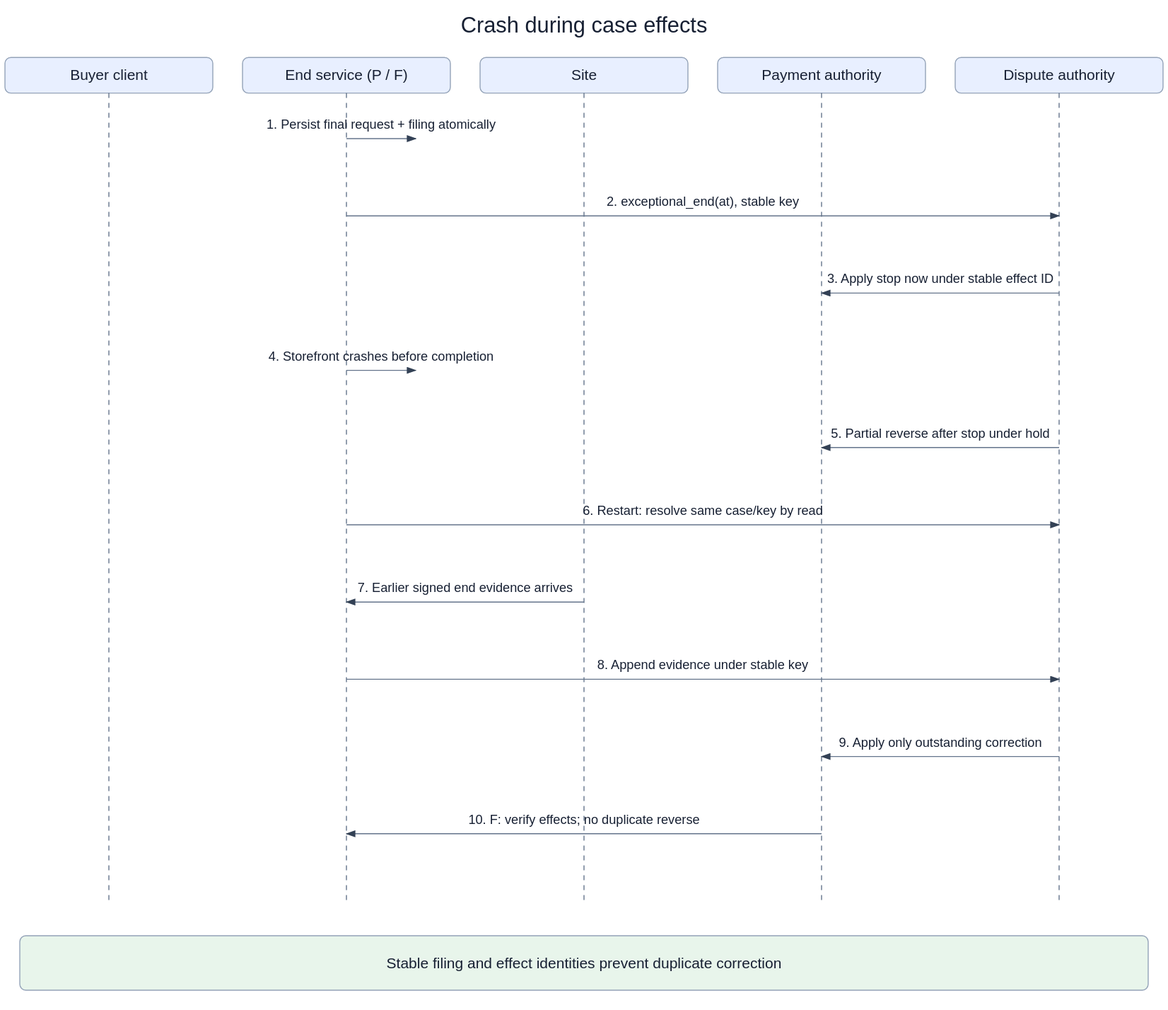
arkhai-io/simple-compute-market keeps this draw.io diagram as openspec/changes/converge-ongoing-compute-leases/diagrams/03-crash-during-case-effects.svg. Above is the earlier version. Source tidied: cells renumbered, new cells last; positions are measured from the earlier drawing's top-left corner, leaving out a move shared by most shapes. The source it was exported from:
```xml
<mxGraphModel>
  <root>
    <mxCell id="0" />
    <mxCell id="1" parent="0" />
    <mxCell id="2" value="Crash during case effects" style="text;fontSize=22;align=center;" parent="1" vertex="1">
      <mxGeometry x="15" width="1140" height="36" as="geometry" />
    </mxCell>
    <mxCell id="3" value="Buyer client" style="rounded=1;fillColor=#e8efff;fontSize=15;" parent="1" vertex="1">
      <mxGeometry y="48" width="210" height="36" as="geometry" />
    </mxCell>
    <mxCell id="4" style="dashed=1;endArrow=none;strokeColor=#94a3b8;" parent="1" edge="1">
      <mxGeometry relative="1" as="geometry">
        <mxPoint x="105" y="84" as="sourcePoint" />
        <mxPoint x="105" y="900" as="targetPoint" />
      </mxGeometry>
    </mxCell>
    <mxCell id="5" value="End service (P / F)" style="rounded=1;fillColor=#e8efff;fontSize=15;" parent="1" vertex="1">
      <mxGeometry x="240" y="48" width="210" height="36" as="geometry" />
    </mxCell>
    <mxCell id="6" style="dashed=1;endArrow=none;strokeColor=#94a3b8;" parent="1" edge="1">
      <mxGeometry relative="1" as="geometry">
        <mxPoint x="345" y="84" as="sourcePoint" />
        <mxPoint x="345" y="900" as="targetPoint" />
      </mxGeometry>
    </mxCell>
    <mxCell id="7" value="Site" style="rounded=1;fillColor=#e8efff;fontSize=15;" parent="1" vertex="1">
      <mxGeometry x="480" y="48" width="210" height="36" as="geometry" />
    </mxCell>
    <mxCell id="8" style="dashed=1;endArrow=none;strokeColor=#94a3b8;" parent="1" edge="1">
      <mxGeometry relative="1" as="geometry">
        <mxPoint x="585" y="84" as="sourcePoint" />
        <mxPoint x="585" y="900" as="targetPoint" />
      </mxGeometry>
    </mxCell>
    <mxCell id="9" value="Payment authority" style="rounded=1;fillColor=#e8efff;fontSize=15;" parent="1" vertex="1">
      <mxGeometry x="720" y="48" width="210" height="36" as="geometry" />
    </mxCell>
    <mxCell id="10" style="dashed=1;endArrow=none;strokeColor=#94a3b8;" parent="1" edge="1">
      <mxGeometry relative="1" as="geometry">
        <mxPoint x="825" y="84" as="sourcePoint" />
        <mxPoint x="825" y="900" as="targetPoint" />
      </mxGeometry>
    </mxCell>
    <mxCell id="11" value="Dispute authority" style="rounded=1;fillColor=#e8efff;fontSize=15;" parent="1" vertex="1">
      <mxGeometry x="960" y="48" width="210" height="36" as="geometry" />
    </mxCell>
    <mxCell id="12" style="dashed=1;endArrow=none;strokeColor=#94a3b8;" parent="1" edge="1">
      <mxGeometry relative="1" as="geometry">
        <mxPoint x="1065" y="84" as="sourcePoint" />
        <mxPoint x="1065" y="900" as="targetPoint" />
      </mxGeometry>
    </mxCell>
    <mxCell id="13" value="1. Persist final request + filing atomically" style="endArrow=block;fontSize=13;labelBackgroundColor=#ffffff;" parent="1" edge="1">
      <mxGeometry relative="1" as="geometry">
        <mxPoint x="345" y="130" as="sourcePoint" />
        <mxPoint x="415" y="130" as="targetPoint" />
      </mxGeometry>
    </mxCell>
    <mxCell id="14" value="2. exceptional_end(at), stable key" style="endArrow=block;fontSize=13;labelBackgroundColor=#ffffff;" parent="1" edge="1">
      <mxGeometry relative="1" as="geometry">
        <mxPoint x="345" y="208" as="sourcePoint" />
        <mxPoint x="1065" y="208" as="targetPoint" />
      </mxGeometry>
    </mxCell>
    <mxCell id="15" value="3. Apply stop now under stable effect ID" style="endArrow=block;fontSize=13;labelBackgroundColor=#ffffff;" parent="1" edge="1">
      <mxGeometry relative="1" as="geometry">
        <mxPoint x="1065" y="286" as="sourcePoint" />
        <mxPoint x="825" y="286" as="targetPoint" />
      </mxGeometry>
    </mxCell>
    <mxCell id="16" value="4. Storefront crashes before completion" style="endArrow=block;fontSize=13;labelBackgroundColor=#ffffff;" parent="1" edge="1">
      <mxGeometry relative="1" as="geometry">
        <mxPoint x="345" y="364" as="sourcePoint" />
        <mxPoint x="415" y="364" as="targetPoint" />
      </mxGeometry>
    </mxCell>
    <mxCell id="17" value="5. Partial reverse after stop under hold" style="endArrow=block;fontSize=13;labelBackgroundColor=#ffffff;" parent="1" edge="1">
      <mxGeometry relative="1" as="geometry">
        <mxPoint x="1065" y="442" as="sourcePoint" />
        <mxPoint x="825" y="442" as="targetPoint" />
      </mxGeometry>
    </mxCell>
    <mxCell id="18" value="6. Restart: resolve same case/key by read" style="endArrow=block;fontSize=13;labelBackgroundColor=#ffffff;" parent="1" edge="1">
      <mxGeometry relative="1" as="geometry">
        <mxPoint x="345" y="520" as="sourcePoint" />
        <mxPoint x="1065" y="520" as="targetPoint" />
      </mxGeometry>
    </mxCell>
    <mxCell id="19" value="7. Earlier signed end evidence arrives" style="endArrow=block;fontSize=13;labelBackgroundColor=#ffffff;" parent="1" edge="1">
      <mxGeometry relative="1" as="geometry">
        <mxPoint x="585" y="598" as="sourcePoint" />
        <mxPoint x="345" y="598" as="targetPoint" />
      </mxGeometry>
    </mxCell>
    <mxCell id="20" value="8. Append evidence under stable key" style="endArrow=block;fontSize=13;labelBackgroundColor=#ffffff;" parent="1" edge="1">
      <mxGeometry relative="1" as="geometry">
        <mxPoint x="345" y="676" as="sourcePoint" />
        <mxPoint x="1065" y="676" as="targetPoint" />
      </mxGeometry>
    </mxCell>
    <mxCell id="21" value="9. Apply only outstanding correction" style="endArrow=block;fontSize=13;labelBackgroundColor=#ffffff;" parent="1" edge="1">
      <mxGeometry relative="1" as="geometry">
        <mxPoint x="1065" y="754" as="sourcePoint" />
        <mxPoint x="825" y="754" as="targetPoint" />
      </mxGeometry>
    </mxCell>
    <mxCell id="22" value="10. F: verify effects; no duplicate reverse" style="endArrow=block;fontSize=13;labelBackgroundColor=#ffffff;" parent="1" edge="1">
      <mxGeometry relative="1" as="geometry">
        <mxPoint x="825" y="832" as="sourcePoint" />
        <mxPoint x="345" y="832" as="targetPoint" />
      </mxGeometry>
    </mxCell>
    <mxCell id="23" value="Stable filing and effect identities prevent duplicate correction" style="rounded=1;fillColor=#e8f5eb;fontSize=15;" parent="1" vertex="1">
      <mxGeometry x="15" y="935" width="1140" height="55" as="geometry" />
    </mxCell>
  </root>
</mxGraphModel>
```
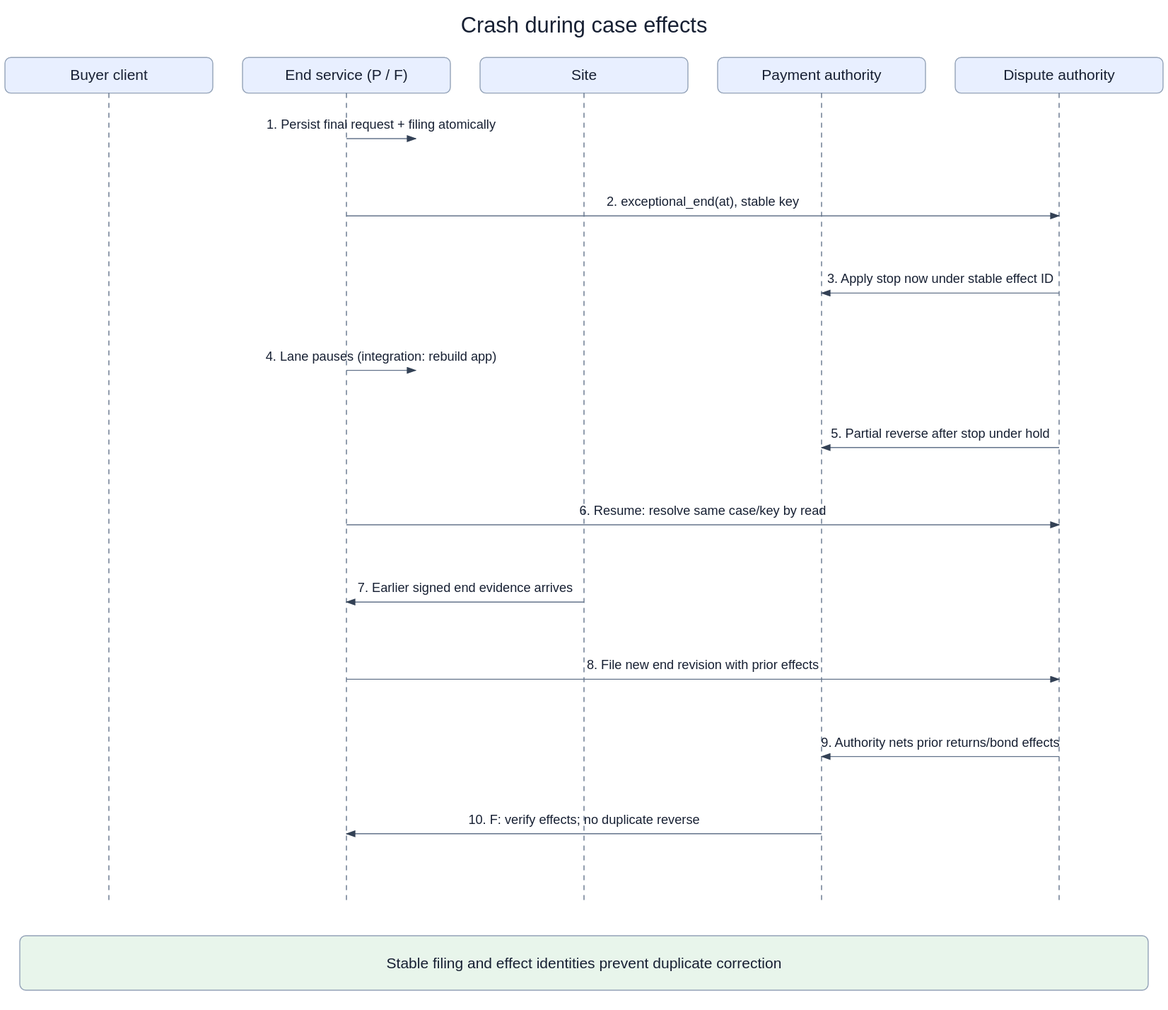
Later version of the same file.

Change to the diagram source:
```diff
@@ -68,7 +68,7 @@
         <mxPoint x="825" y="286" as="targetPoint" />
       </mxGeometry>
     </mxCell>
-    <mxCell id="16" value="4. Storefront crashes before completion" style="endArrow=block;fontSize=13;labelBackgroundColor=#ffffff;" parent="1" edge="1">
+    <mxCell id="16" value="4. Lane pauses (integration: rebuild app)" style="endArrow=block;fontSize=13;labelBackgroundColor=#ffffff;" parent="1" edge="1">
       <mxGeometry relative="1" as="geometry">
         <mxPoint x="345" y="364" as="sourcePoint" />
         <mxPoint x="415" y="364" as="targetPoint" />
@@ -80,7 +80,7 @@
         <mxPoint x="825" y="442" as="targetPoint" />
       </mxGeometry>
     </mxCell>
-    <mxCell id="18" value="6. Restart: resolve same case/key by read" style="endArrow=block;fontSize=13;labelBackgroundColor=#ffffff;" parent="1" edge="1">
+    <mxCell id="18" value="6. Resume: resolve same case/key by read" style="endArrow=block;fontSize=13;labelBackgroundColor=#ffffff;" parent="1" edge="1">
       <mxGeometry relative="1" as="geometry">
         <mxPoint x="345" y="520" as="sourcePoint" />
         <mxPoint x="1065" y="520" as="targetPoint" />
@@ -92,13 +92,13 @@
         <mxPoint x="345" y="598" as="targetPoint" />
       </mxGeometry>
     </mxCell>
-    <mxCell id="20" value="8. Append evidence under stable key" style="endArrow=block;fontSize=13;labelBackgroundColor=#ffffff;" parent="1" edge="1">
+    <mxCell id="20" value="8. File new end revision with prior effects" style="endArrow=block;fontSize=13;labelBackgroundColor=#ffffff;" parent="1" edge="1">
       <mxGeometry relative="1" as="geometry">
         <mxPoint x="345" y="676" as="sourcePoint" />
         <mxPoint x="1065" y="676" as="targetPoint" />
       </mxGeometry>
     </mxCell>
-    <mxCell id="21" value="9. Apply only outstanding correction" style="endArrow=block;fontSize=13;labelBackgroundColor=#ffffff;" parent="1" edge="1">
+    <mxCell id="21" value="9. Authority nets prior returns/bond effects" style="endArrow=block;fontSize=13;labelBackgroundColor=#ffffff;" parent="1" edge="1">
       <mxGeometry relative="1" as="geometry">
         <mxPoint x="1065" y="754" as="sourcePoint" />
         <mxPoint x="825" y="754" as="targetPoint" />
```
